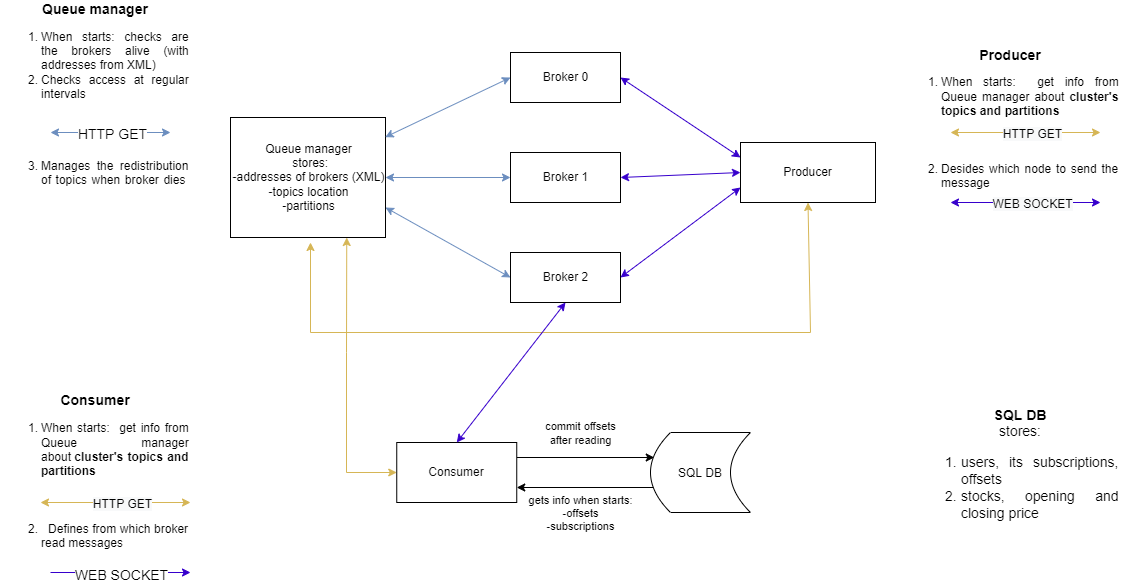
This is queue_scheme.png from Owner-maker/StocksMonitoring-TelegramBot, a draw.io export, as it was before one commit. Source tidied: cells renumbered, new cells last; positions are measured from the earlier drawing's top-left corner, leaving out a move shared by most shapes.
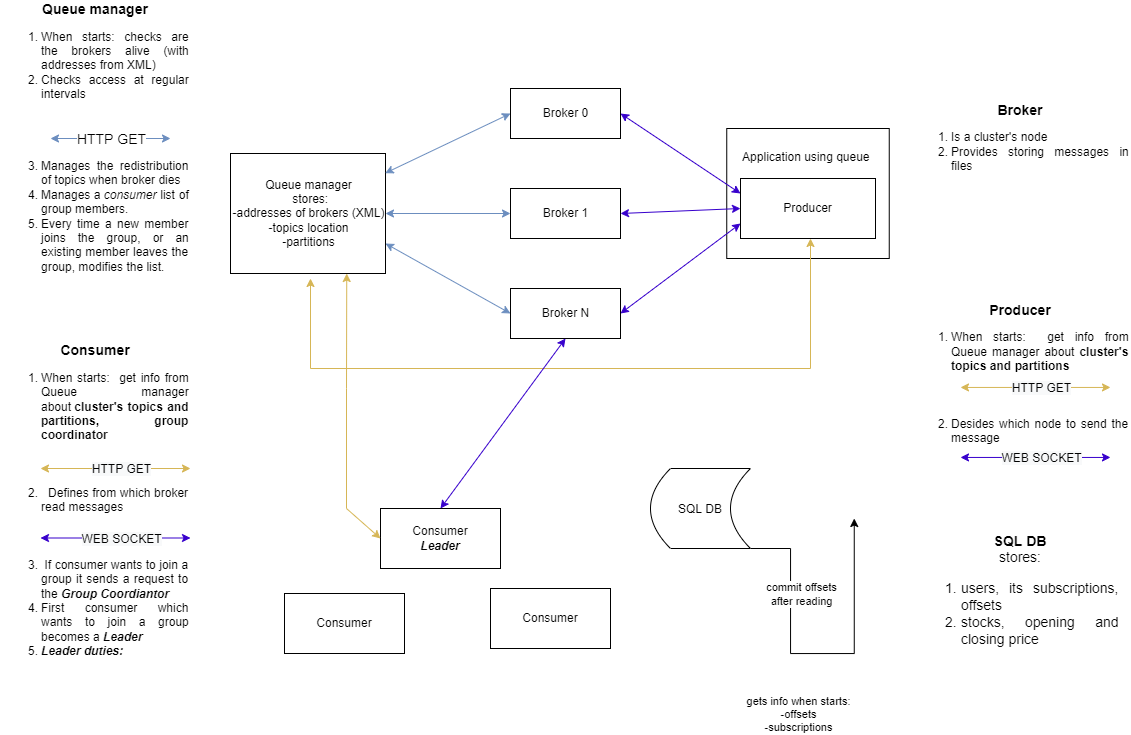
Later version of the same file.

Commit message:
Change queue_scheme

Diff of the diagram source:
```diff
@@ -4,2 +4,5 @@
     <mxCell id="1" parent="0" />
+    <mxCell id="36" value="&lt;div style=&quot;&quot;&gt;&lt;span style=&quot;background-color: initial;&quot;&gt;&amp;nbsp; &amp;nbsp; Application using queue&lt;b&gt;&amp;nbsp; &amp;nbsp; &lt;/b&gt;&amp;nbsp; &amp;nbsp; &amp;nbsp; &amp;nbsp; &amp;nbsp; &amp;nbsp; &amp;nbsp; &amp;nbsp; &amp;nbsp; &amp;nbsp; &amp;nbsp; &amp;nbsp; &amp;nbsp; &amp;nbsp; &amp;nbsp; &amp;nbsp; &amp;nbsp; &amp;nbsp; &amp;nbsp; &amp;nbsp; &amp;nbsp; &amp;nbsp; &amp;nbsp; &amp;nbsp; &amp;nbsp; &amp;nbsp; &amp;nbsp; &amp;nbsp; &amp;nbsp; &amp;nbsp; &amp;nbsp; &amp;nbsp; &amp;nbsp; &amp;nbsp; &amp;nbsp; &amp;nbsp; &amp;nbsp; &amp;nbsp; &amp;nbsp; &amp;nbsp; &amp;nbsp; &amp;nbsp; &amp;nbsp; &amp;nbsp; &amp;nbsp; &amp;nbsp; &amp;nbsp; &amp;nbsp; &amp;nbsp; &amp;nbsp; &amp;nbsp; &amp;nbsp; &amp;nbsp; &amp;nbsp; &amp;nbsp; &amp;nbsp; &amp;nbsp; &amp;nbsp; &amp;nbsp; &amp;nbsp; &amp;nbsp; &amp;nbsp; &amp;nbsp; &amp;nbsp; &amp;nbsp; &amp;nbsp; &amp;nbsp; &amp;nbsp; &amp;nbsp; &amp;nbsp; &amp;nbsp; &amp;nbsp; &amp;nbsp; &amp;nbsp; &amp;nbsp; &amp;nbsp; &amp;nbsp; &amp;nbsp; &amp;nbsp; &amp;nbsp; &amp;nbsp; &amp;nbsp; &amp;nbsp; &amp;nbsp; &amp;nbsp; &amp;nbsp; &amp;nbsp; &amp;nbsp; &amp;nbsp; &amp;nbsp; &amp;nbsp; &amp;nbsp; &amp;nbsp; &amp;nbsp; &amp;nbsp; &amp;nbsp; &amp;nbsp; &amp;nbsp; &amp;nbsp; &amp;nbsp; &amp;nbsp; &amp;nbsp; &amp;nbsp; &amp;nbsp; &amp;nbsp; &amp;nbsp; &amp;nbsp; &amp;nbsp; &amp;nbsp; &amp;nbsp;&lt;/span&gt;&lt;/div&gt;" style="rounded=0;whiteSpace=wrap;html=1;align=center;" parent="1" vertex="1">
+      <mxGeometry x="726.2" y="40" width="162.5" height="130" as="geometry" />
+    </mxCell>
     <mxCell id="2" value="Queue manager&lt;br&gt;&amp;nbsp;stores:&lt;br&gt;-addresses of brokers (XML)&lt;br&gt;-topics location&lt;br&gt;-partitions" style="html=1;" parent="1" vertex="1">
@@ -13,6 +16,6 @@
     </mxCell>
-    <mxCell id="5" value="Broker 2" style="html=1;" parent="1" vertex="1">
+    <mxCell id="5" value="Broker N" style="html=1;" parent="1" vertex="1">
       <mxGeometry x="510" y="200" width="110" height="50" as="geometry" />
     </mxCell>
-    <mxCell id="6" value="&lt;div&gt;&lt;b&gt;&lt;font style=&quot;font-size: 14px&quot;&gt;Queue manager&lt;/font&gt;&lt;/b&gt;&lt;/div&gt;&lt;ol&gt;&lt;li style=&quot;text-align: justify&quot;&gt;When&amp;nbsp;starts: checks are the brokers alive (with addresses from XML)&lt;/li&gt;&lt;li style=&quot;text-align: justify&quot;&gt;&lt;span style=&quot;text-align: center&quot;&gt;Checks access at regular intervals&amp;nbsp; &amp;nbsp; &amp;nbsp; &amp;nbsp; &amp;nbsp; &amp;nbsp; &amp;nbsp; &amp;nbsp; &amp;nbsp; &amp;nbsp; &amp;nbsp; &amp;nbsp; &amp;nbsp; &amp;nbsp; &amp;nbsp; &amp;nbsp; &amp;nbsp; &amp;nbsp; &amp;nbsp; &amp;nbsp; &amp;nbsp; &amp;nbsp; &amp;nbsp; &amp;nbsp; &amp;nbsp; &amp;nbsp; &amp;nbsp; &amp;nbsp; &amp;nbsp; &amp;nbsp; &amp;nbsp; &amp;nbsp; &amp;nbsp; &amp;nbsp; &amp;nbsp; &amp;nbsp; &amp;nbsp; &amp;nbsp; &amp;nbsp; &amp;nbsp; &amp;nbsp; &amp;nbsp; &amp;nbsp; &amp;nbsp; &amp;nbsp; &amp;nbsp; &amp;nbsp; &amp;nbsp; &amp;nbsp; &amp;nbsp; &amp;nbsp; &amp;nbsp; &amp;nbsp; &amp;nbsp; &amp;nbsp; &amp;nbsp; &amp;nbsp; &amp;nbsp; &amp;nbsp; &amp;nbsp; &amp;nbsp; &amp;nbsp; &amp;nbsp; &amp;nbsp; &amp;nbsp; &amp;nbsp; &amp;nbsp; &amp;nbsp; &amp;nbsp; &amp;nbsp; &amp;nbsp; &amp;nbsp; &amp;nbsp; &amp;nbsp; &amp;nbsp; &amp;nbsp; &amp;nbsp; &amp;nbsp; &amp;nbsp; &amp;nbsp; &amp;nbsp; &amp;nbsp; &amp;nbsp; &amp;nbsp; &amp;nbsp; &amp;nbsp; &amp;nbsp; &amp;nbsp; &amp;nbsp; &amp;nbsp; &amp;nbsp; &amp;nbsp; &amp;nbsp; &amp;nbsp; &amp;nbsp; &amp;nbsp; &amp;nbsp; &amp;nbsp; &amp;nbsp; &amp;nbsp; &amp;nbsp; &amp;nbsp; &amp;nbsp;&lt;/span&gt;&lt;/li&gt;&lt;li style=&quot;text-align: justify&quot;&gt;&lt;span style=&quot;text-align: center&quot;&gt;Manages the redistribution of topics when broker dies&amp;nbsp; &amp;nbsp; &amp;nbsp;&lt;/span&gt;&lt;/li&gt;&lt;/ol&gt;" style="text;html=1;strokeColor=none;fillColor=none;align=center;verticalAlign=middle;whiteSpace=wrap;rounded=0;" parent="1" vertex="1">
+    <mxCell id="6" value="&lt;div&gt;&lt;b&gt;&lt;font style=&quot;font-size: 14px&quot;&gt;Queue manager&lt;/font&gt;&lt;/b&gt;&lt;/div&gt;&lt;ol&gt;&lt;li style=&quot;text-align: justify&quot;&gt;When&amp;nbsp;starts: checks are the brokers alive (with addresses from XML)&lt;/li&gt;&lt;li style=&quot;text-align: justify&quot;&gt;&lt;span style=&quot;text-align: center&quot;&gt;Checks access at regular intervals&amp;nbsp; &amp;nbsp; &amp;nbsp; &amp;nbsp; &amp;nbsp; &amp;nbsp; &amp;nbsp; &amp;nbsp; &amp;nbsp; &amp;nbsp; &amp;nbsp; &amp;nbsp; &amp;nbsp; &amp;nbsp; &amp;nbsp; &amp;nbsp; &amp;nbsp; &amp;nbsp; &amp;nbsp; &amp;nbsp; &amp;nbsp; &amp;nbsp; &amp;nbsp; &amp;nbsp; &amp;nbsp; &amp;nbsp; &amp;nbsp; &amp;nbsp; &amp;nbsp; &amp;nbsp; &amp;nbsp; &amp;nbsp; &amp;nbsp; &amp;nbsp; &amp;nbsp; &amp;nbsp; &amp;nbsp; &amp;nbsp; &amp;nbsp; &amp;nbsp; &amp;nbsp; &amp;nbsp; &amp;nbsp; &amp;nbsp; &amp;nbsp; &amp;nbsp; &amp;nbsp; &amp;nbsp; &amp;nbsp; &amp;nbsp; &amp;nbsp; &amp;nbsp; &amp;nbsp; &amp;nbsp; &amp;nbsp; &amp;nbsp; &amp;nbsp; &amp;nbsp; &amp;nbsp; &amp;nbsp; &amp;nbsp; &amp;nbsp; &amp;nbsp; &amp;nbsp; &amp;nbsp; &amp;nbsp; &amp;nbsp; &amp;nbsp; &amp;nbsp; &amp;nbsp; &amp;nbsp; &amp;nbsp; &amp;nbsp; &amp;nbsp; &amp;nbsp; &amp;nbsp; &amp;nbsp; &amp;nbsp; &amp;nbsp; &amp;nbsp; &amp;nbsp; &amp;nbsp; &amp;nbsp; &amp;nbsp; &amp;nbsp; &amp;nbsp; &amp;nbsp; &amp;nbsp; &amp;nbsp; &amp;nbsp; &amp;nbsp; &amp;nbsp; &amp;nbsp; &amp;nbsp; &amp;nbsp; &amp;nbsp; &amp;nbsp; &amp;nbsp; &amp;nbsp; &amp;nbsp; &amp;nbsp; &amp;nbsp; &amp;nbsp;&lt;/span&gt;&lt;/li&gt;&lt;li style=&quot;text-align: justify&quot;&gt;&lt;span style=&quot;text-align: center&quot;&gt;Manages the redistribution of topics when broker dies&amp;nbsp;&lt;/span&gt;&lt;/li&gt;&lt;li style=&quot;text-align: justify&quot;&gt;&lt;span style=&quot;text-align: center&quot;&gt;&lt;span style=&quot;text-align: justify;&quot;&gt;Manages a &lt;i&gt;consumer&lt;/i&gt; list of group members.&amp;nbsp; &amp;nbsp; &amp;nbsp; &amp;nbsp;&amp;nbsp;&lt;/span&gt;&lt;/span&gt;&lt;/li&gt;&lt;li style=&quot;text-align: justify&quot;&gt;&lt;span style=&quot;text-align: center&quot;&gt;&lt;span style=&quot;text-align: justify;&quot;&gt;Every time a new member joins the group, or an existing member leaves the group, modifies the list.&lt;/span&gt;&amp;nbsp; &amp;nbsp;&lt;/span&gt;&lt;/li&gt;&lt;/ol&gt;" style="text;html=1;strokeColor=none;fillColor=none;align=center;verticalAlign=middle;whiteSpace=wrap;rounded=0;" parent="1" vertex="1">
       <mxGeometry width="190" height="110" as="geometry" />
@@ -22,5 +25,11 @@
     </mxCell>
-    <mxCell id="8" style="edgeStyle=orthogonalEdgeStyle;rounded=0;jettySize=auto;html=1;exitX=1;exitY=0.25;exitDx=0;exitDy=0;entryX=0;entryY=0.25;entryDx=0;entryDy=0;" parent="1" edge="1" source="11">
+    <mxCell id="8" style="edgeStyle=orthogonalEdgeStyle;rounded=0;orthogonalLoop=1;jettySize=auto;html=1;exitX=1;exitY=0.25;exitDx=0;exitDy=0;entryX=0;entryY=0.25;entryDx=0;entryDy=0;" parent="1" edge="1">
       <mxGeometry relative="1" as="geometry">
-        <mxPoint x="653.8" y="405" as="targetPoint" />
+        <mxPoint x="700" y="460" as="sourcePoint" />
+        <mxPoint x="853.8" y="430" as="targetPoint" />
+        <Array as="points">
+          <mxPoint x="790" y="460" />
+          <mxPoint x="790" y="565" />
+          <mxPoint x="854" y="565" />
+        </Array>
       </mxGeometry>
@@ -29,3 +38,3 @@
       <mxGeometry x="-0.18" relative="1" as="geometry">
-        <mxPoint x="7" y="55" as="offset" />
+        <mxPoint x="7" y="95" as="offset" />
       </mxGeometry>
@@ -37,12 +46,7 @@
     </mxCell>
-    <mxCell id="11" value="Consumer" style="rounded=0;whiteSpace=wrap;html=1;" parent="1" vertex="1">
-      <mxGeometry x="396.2" y="390" width="120" height="60" as="geometry" />
+    <mxCell id="11" value="Consumer&lt;br&gt;&lt;b&gt;&lt;i&gt;Leader&lt;/i&gt;&lt;/b&gt;" style="rounded=0;whiteSpace=wrap;html=1;" parent="1" vertex="1">
+      <mxGeometry x="380" y="420" width="120" height="60" as="geometry" />
     </mxCell>
-    <mxCell id="12" style="edgeStyle=orthogonalEdgeStyle;rounded=0;jettySize=auto;html=1;exitX=0;exitY=0.75;exitDx=0;exitDy=0;entryX=1;entryY=0.75;entryDx=0;entryDy=0;" parent="1" edge="1" target="11">
-      <mxGeometry relative="1" as="geometry">
-        <mxPoint x="653.8" y="435" as="sourcePoint" />
-      </mxGeometry>
-    </mxCell>
     <mxCell id="13" value="&lt;b&gt;&lt;font style=&quot;font-size: 14px&quot;&gt;Producer&lt;/font&gt;&lt;/b&gt;&lt;br&gt;&lt;ol&gt;&lt;li style=&quot;text-align: justify&quot;&gt;When&amp;nbsp;starts:&amp;nbsp; get info from Queue manager about &lt;b&gt;cluster's topics and partitions&amp;nbsp; &amp;nbsp; &amp;nbsp; &amp;nbsp; &amp;nbsp; &amp;nbsp; &amp;nbsp; &amp;nbsp; &amp;nbsp; &amp;nbsp; &amp;nbsp; &amp;nbsp; &amp;nbsp; &amp;nbsp; &amp;nbsp; &amp;nbsp; &amp;nbsp; &amp;nbsp; &amp;nbsp; &amp;nbsp; &amp;nbsp; &amp;nbsp; &amp;nbsp; &amp;nbsp; &amp;nbsp; &amp;nbsp; &amp;nbsp; &amp;nbsp; &amp;nbsp; &amp;nbsp; &amp;nbsp; &amp;nbsp; &amp;nbsp; &amp;nbsp; &amp;nbsp; &amp;nbsp; &amp;nbsp; &amp;nbsp; &amp;nbsp; &amp;nbsp; &amp;nbsp; &amp;nbsp; &amp;nbsp; &amp;nbsp; &amp;nbsp; &amp;nbsp; &amp;nbsp; &amp;nbsp; &amp;nbsp; &amp;nbsp; &amp;nbsp; &amp;nbsp; &amp;nbsp; &amp;nbsp; &amp;nbsp; &amp;nbsp; &amp;nbsp; &amp;nbsp; &amp;nbsp; &amp;nbsp; &amp;nbsp; &amp;nbsp; &amp;nbsp; &amp;nbsp; &amp;nbsp; &amp;nbsp; &amp;nbsp; &amp;nbsp; &amp;nbsp; &amp;nbsp; &amp;nbsp; &amp;nbsp; &amp;nbsp; &amp;nbsp; &amp;nbsp; &amp;nbsp; &amp;nbsp; &amp;nbsp; &amp;nbsp; &amp;nbsp; &amp;nbsp; &amp;nbsp; &amp;nbsp; &amp;nbsp;&amp;nbsp;&lt;/b&gt;&lt;/li&gt;&lt;li style=&quot;text-align: justify&quot;&gt;&lt;span&gt;Desides which node to send the message&amp;nbsp;&lt;/span&gt;&lt;br&gt;&lt;/li&gt;&lt;/ol&gt;" style="text;html=1;strokeColor=none;fillColor=none;align=center;verticalAlign=middle;whiteSpace=wrap;rounded=0;" parent="1" vertex="1">
-      <mxGeometry x="900" y="13.1" width="220" height="116.9" as="geometry" />
+      <mxGeometry x="910" y="232.1" width="220" height="116.9" as="geometry" />
     </mxCell>
@@ -53,4 +57,4 @@
       <mxGeometry relative="1" as="geometry">
-        <mxPoint x="50" y="80" as="sourcePoint" />
-        <mxPoint x="170" y="80" as="targetPoint" />
+        <mxPoint x="50" y="50" as="sourcePoint" />
+        <mxPoint x="170" y="50" as="targetPoint" />
       </mxGeometry>
@@ -72,4 +76,4 @@
       <mxGeometry relative="1" as="geometry">
-        <mxPoint x="950" y="80" as="sourcePoint" />
-        <mxPoint x="1100" y="80" as="targetPoint" />
+        <mxPoint x="960" y="298.9" as="sourcePoint" />
+        <mxPoint x="1110" y="298.9" as="targetPoint" />
       </mxGeometry>
@@ -81,5 +85,6 @@
     </mxCell>
-    <mxCell id="21" style="endArrow=classic;startArrow=classic;html=1;rounded=0;strokeWidth=1;entryX=0.5;entryY=1;entryDx=0;entryDy=0;fillColor=#fff2cc;strokeColor=#d6b656;" parent="1" edge="1" target="7">
+    <mxCell id="21" style="endArrow=classic;startArrow=classic;html=1;rounded=0;strokeWidth=1;fillColor=#fff2cc;strokeColor=#d6b656;" parent="1" edge="1">
       <mxGeometry relative="1" as="geometry">
         <mxPoint x="310" y="190" as="sourcePoint" />
+        <mxPoint x="810" y="150" as="targetPoint" />
         <Array as="points">
@@ -104,4 +109,4 @@
       <mxGeometry relative="1" as="geometry">
-        <mxPoint x="950" y="150" as="sourcePoint" />
-        <mxPoint x="1100" y="150" as="targetPoint" />
+        <mxPoint x="960" y="368.9" as="sourcePoint" />
+        <mxPoint x="1110" y="368.9" as="targetPoint" />
       </mxGeometry>
@@ -113,3 +118,3 @@
     </mxCell>
-    <mxCell id="28" value="&lt;div&gt;&lt;span style=&quot;font-size: 14px&quot;&gt;&lt;b&gt;Consumer&lt;/b&gt;&lt;/span&gt;&lt;/div&gt;&lt;ol&gt;&lt;li style=&quot;text-align: justify&quot;&gt;When&amp;nbsp;starts:&amp;nbsp; get info from Queue manager about&amp;nbsp;&lt;b&gt;cluster's topics and partitions&amp;nbsp;&amp;nbsp;&lt;/b&gt;&amp;nbsp; &amp;nbsp; &amp;nbsp; &amp;nbsp; &amp;nbsp; &amp;nbsp; &amp;nbsp; &amp;nbsp; &amp;nbsp; &amp;nbsp; &amp;nbsp; &amp;nbsp; &amp;nbsp; &amp;nbsp; &amp;nbsp; &amp;nbsp; &amp;nbsp; &amp;nbsp; &amp;nbsp; &amp;nbsp; &amp;nbsp; &amp;nbsp; &amp;nbsp; &amp;nbsp; &amp;nbsp; &amp;nbsp; &amp;nbsp; &amp;nbsp; &amp;nbsp; &amp;nbsp; &amp;nbsp; &amp;nbsp; &amp;nbsp; &amp;nbsp; &amp;nbsp; &amp;nbsp; &amp;nbsp; &amp;nbsp; &amp;nbsp; &amp;nbsp; &amp;nbsp; &amp;nbsp; &amp;nbsp; &amp;nbsp; &amp;nbsp; &amp;nbsp; &amp;nbsp; &amp;nbsp; &amp;nbsp; &amp;nbsp; &amp;nbsp; &amp;nbsp; &amp;nbsp; &amp;nbsp; &amp;nbsp; &amp;nbsp; &amp;nbsp; &amp;nbsp; &amp;nbsp; &amp;nbsp; &amp;nbsp; &amp;nbsp; &amp;nbsp; &amp;nbsp; &amp;nbsp; &amp;nbsp; &amp;nbsp; &amp;nbsp; &amp;nbsp; &amp;nbsp; &amp;nbsp; &amp;nbsp; &amp;nbsp; &amp;nbsp; &amp;nbsp; &amp;nbsp; &amp;nbsp; &amp;nbsp; &amp;nbsp;&lt;/li&gt;&lt;li style=&quot;text-align: justify&quot;&gt;&amp;nbsp; Defines from which broker read messages&amp;nbsp; &amp;nbsp;&lt;/li&gt;&lt;/ol&gt;" style="text;html=1;strokeColor=none;fillColor=none;align=center;verticalAlign=middle;whiteSpace=wrap;rounded=0;" parent="1" vertex="1">
+    <mxCell id="28" value="&lt;div&gt;&lt;span style=&quot;font-size: 14px&quot;&gt;&lt;b&gt;Consumer&lt;/b&gt;&lt;/span&gt;&lt;/div&gt;&lt;ol&gt;&lt;li style=&quot;text-align: justify&quot;&gt;When&amp;nbsp;starts:&amp;nbsp; get info from Queue manager about&amp;nbsp;&lt;b&gt;cluster's topics and partitions, group coordinator&amp;nbsp;&amp;nbsp;&lt;/b&gt;&amp;nbsp; &amp;nbsp; &amp;nbsp; &amp;nbsp; &amp;nbsp; &amp;nbsp; &amp;nbsp; &amp;nbsp; &amp;nbsp; &amp;nbsp; &amp;nbsp; &amp;nbsp; &amp;nbsp; &amp;nbsp; &amp;nbsp; &amp;nbsp; &amp;nbsp; &amp;nbsp; &amp;nbsp; &amp;nbsp; &amp;nbsp; &amp;nbsp; &amp;nbsp; &amp;nbsp; &amp;nbsp; &amp;nbsp; &amp;nbsp; &amp;nbsp; &amp;nbsp; &amp;nbsp; &amp;nbsp; &amp;nbsp; &amp;nbsp; &amp;nbsp; &amp;nbsp; &amp;nbsp; &amp;nbsp; &amp;nbsp; &amp;nbsp; &amp;nbsp; &amp;nbsp; &amp;nbsp; &amp;nbsp; &amp;nbsp; &amp;nbsp; &amp;nbsp; &amp;nbsp; &amp;nbsp; &amp;nbsp; &amp;nbsp; &amp;nbsp; &amp;nbsp; &amp;nbsp; &amp;nbsp; &amp;nbsp; &amp;nbsp; &amp;nbsp; &amp;nbsp; &amp;nbsp; &amp;nbsp; &amp;nbsp; &amp;nbsp; &amp;nbsp; &amp;nbsp; &amp;nbsp; &amp;nbsp; &amp;nbsp; &amp;nbsp; &amp;nbsp;&amp;nbsp;&lt;/li&gt;&lt;li style=&quot;text-align: justify&quot;&gt;&amp;nbsp; Defines from which broker read messages&amp;nbsp; &amp;nbsp; &amp;nbsp; &amp;nbsp; &amp;nbsp; &amp;nbsp; &amp;nbsp; &amp;nbsp; &amp;nbsp; &amp;nbsp; &amp;nbsp; &amp;nbsp; &amp;nbsp; &amp;nbsp; &amp;nbsp; &amp;nbsp; &amp;nbsp; &amp;nbsp; &amp;nbsp; &amp;nbsp; &amp;nbsp; &amp;nbsp; &amp;nbsp; &amp;nbsp; &amp;nbsp; &amp;nbsp; &amp;nbsp; &amp;nbsp; &amp;nbsp; &amp;nbsp; &amp;nbsp; &amp;nbsp; &amp;nbsp; &amp;nbsp; &amp;nbsp; &amp;nbsp; &amp;nbsp; &amp;nbsp; &amp;nbsp; &amp;nbsp; &amp;nbsp; &amp;nbsp; &amp;nbsp; &amp;nbsp; &amp;nbsp; &amp;nbsp; &amp;nbsp; &amp;nbsp; &amp;nbsp; &amp;nbsp; &amp;nbsp; &amp;nbsp; &amp;nbsp; &amp;nbsp; &amp;nbsp; &amp;nbsp; &amp;nbsp; &amp;nbsp; &amp;nbsp; &amp;nbsp; &amp;nbsp; &amp;nbsp; &amp;nbsp; &amp;nbsp; &amp;nbsp; &amp;nbsp; &amp;nbsp; &amp;nbsp; &amp;nbsp; &amp;nbsp; &amp;nbsp; &amp;nbsp; &amp;nbsp; &amp;nbsp; &amp;nbsp; &amp;nbsp;&lt;/li&gt;&lt;li style=&quot;text-align: justify&quot;&gt;&amp;nbsp;If consumer wants to join a group it sends a request to the &lt;b&gt;&lt;i&gt;Group Coordiantor&lt;/i&gt;&lt;/b&gt;&amp;nbsp;&amp;nbsp;&lt;/li&gt;&lt;li style=&quot;text-align: justify&quot;&gt;First consumer which wants to join a group becomes a &lt;b&gt;&lt;i&gt;Leader&lt;/i&gt;&lt;/b&gt;&lt;/li&gt;&lt;li style=&quot;text-align: justify&quot;&gt;&lt;b&gt;&lt;i&gt;Leader duties:&lt;/i&gt;&lt;/b&gt;&amp;nbsp; &amp;nbsp; &amp;nbsp; &amp;nbsp; &amp;nbsp; &amp;nbsp; &amp;nbsp; &amp;nbsp; &amp;nbsp; &amp;nbsp; &amp;nbsp;&lt;/li&gt;&lt;/ol&gt;" style="text;html=1;strokeColor=none;fillColor=none;align=center;verticalAlign=middle;whiteSpace=wrap;rounded=0;" parent="1" vertex="1">
       <mxGeometry y="370" width="190" height="110" as="geometry" />
@@ -118,4 +123,4 @@
       <mxGeometry relative="1" as="geometry">
-        <mxPoint x="40" y="450" as="sourcePoint" />
-        <mxPoint x="190" y="450" as="targetPoint" />
+        <mxPoint x="40" y="380" as="sourcePoint" />
+        <mxPoint x="190" y="380" as="targetPoint" />
       </mxGeometry>
@@ -135,16 +140,2 @@
     </mxCell>
-    <mxCell id="32" style="endArrow=classic;html=1;rounded=0;fontSize=14;strokeWidth=1;fillColor=#6a00ff;strokeColor=#3700CC;" parent="1" edge="1">
-      <mxGeometry relative="1" as="geometry">
-        <mxPoint x="50" y="520" as="sourcePoint" />
-        <mxPoint x="190" y="520" as="targetPoint" />
-        <Array as="points">
-          <mxPoint x="120" y="520" />
-        </Array>
-      </mxGeometry>
-    </mxCell>
-    <mxCell id="33" value="WEB SOCKET" style="edgeLabel;html=1;align=center;verticalAlign=middle;fontSize=14;" parent="32" vertex="1">
-      <mxGeometry x="-0.27" y="-2" relative="1" as="geometry">
-        <mxPoint x="19" as="offset" />
-      </mxGeometry>
-    </mxCell>
     <mxCell id="34" style="endArrow=classic;startArrow=classic;html=1;rounded=0;fontSize=14;strokeWidth=1;exitX=0.5;exitY=0;exitDx=0;exitDy=0;entryX=0.5;entryY=1;entryDx=0;entryDy=0;fillColor=#6a00ff;strokeColor=#3700CC;" parent="1" edge="1" source="11" target="5">
@@ -153,4 +144,24 @@
     <mxCell id="35" value="&lt;br&gt;&lt;div&gt;&lt;b&gt;SQL DB&lt;/b&gt;&lt;/div&gt;&lt;div&gt;stores:&lt;/div&gt;&lt;div&gt;&lt;ol&gt;&lt;li style=&quot;text-align: justify&quot;&gt;users, its subscriptions, offsets&lt;/li&gt;&lt;li style=&quot;text-align: justify&quot;&gt;stocks, opening and closing price&lt;/li&gt;&lt;/ol&gt;&lt;/div&gt;" style="text;html=1;strokeColor=none;fillColor=none;align=center;verticalAlign=middle;whiteSpace=wrap;rounded=0;fontSize=14;" parent="1" vertex="1">
-      <mxGeometry x="920" y="350" width="200" height="120" as="geometry" />
+      <mxGeometry x="920" y="440" width="200" height="120" as="geometry" />
     </mxCell>
+    <mxCell id="37" value="Consumer" style="rounded=0;whiteSpace=wrap;html=1;" parent="1" vertex="1">
+      <mxGeometry x="284" y="505" width="120" height="60" as="geometry" />
+    </mxCell>
+    <mxCell id="38" value="Consumer" style="rounded=0;whiteSpace=wrap;html=1;" parent="1" vertex="1">
+      <mxGeometry x="490" y="500" width="120" height="60" as="geometry" />
+    </mxCell>
+    <mxCell id="39" value="&lt;b&gt;&lt;font style=&quot;font-size: 14px&quot;&gt;Broker&lt;/font&gt;&lt;/b&gt;&lt;br&gt;&lt;ol&gt;&lt;li style=&quot;text-align: justify&quot;&gt;Is a cluster's node&lt;/li&gt;&lt;li style=&quot;text-align: justify&quot;&gt;Provides storing messages in files&amp;nbsp; &amp;nbsp; &amp;nbsp; &amp;nbsp; &amp;nbsp; &amp;nbsp; &amp;nbsp; &amp;nbsp; &amp;nbsp; &amp;nbsp; &amp;nbsp; &amp;nbsp;&amp;nbsp;&lt;/li&gt;&lt;/ol&gt;" style="text;html=1;strokeColor=none;fillColor=none;align=center;verticalAlign=middle;whiteSpace=wrap;rounded=0;" parent="1" vertex="1">
+      <mxGeometry x="910" y="10" width="220" height="90" as="geometry" />
+    </mxCell>
+    <mxCell id="40" style="endArrow=classic;startArrow=classic;html=1;rounded=0;strokeWidth=1;fillColor=#6a00ff;strokeColor=#3700CC;" parent="1" edge="1">
+      <mxGeometry relative="1" as="geometry">
+        <mxPoint x="40" y="449.5" as="sourcePoint" />
+        <mxPoint x="190" y="449.5" as="targetPoint" />
+      </mxGeometry>
+    </mxCell>
+    <mxCell id="33" value="&lt;span style=&quot;font-size: 12px ; background-color: rgb(248 , 249 , 250)&quot;&gt;WEB SOCKET&lt;/span&gt;" style="edgeLabel;html=1;align=center;verticalAlign=middle;fontSize=14;" parent="40" vertex="1">
+      <mxGeometry x="0.26" y="2" relative="1" as="geometry">
+        <mxPoint x="-14" y="2" as="offset" />
+      </mxGeometry>
+    </mxCell>
   </root>
```
